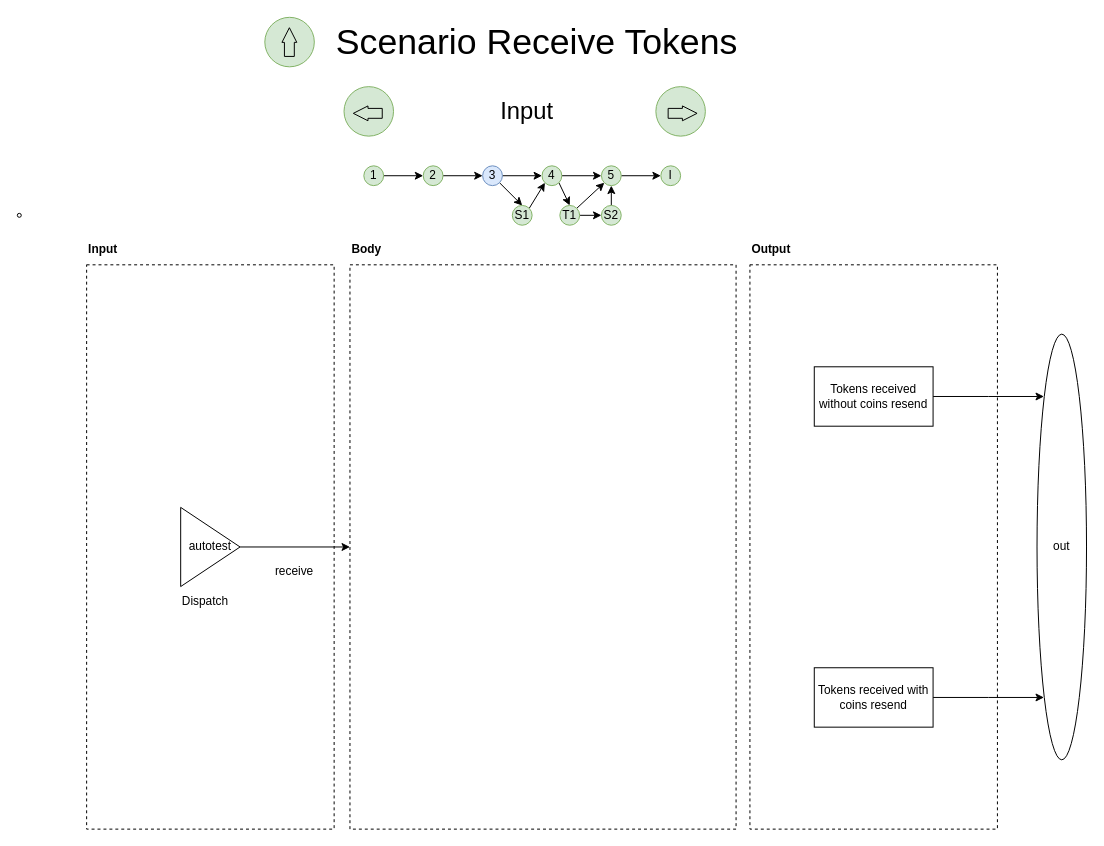
Pruvendo/hipo-wallet keeps this draw.io diagram as page "3" (3 of 9) of spec/ReceiveTokens.drawio. Above is the earlier version. Source tidied: cells renumbered, new cells numbered last; positions are measured from the earlier drawing's top-left corner, leaving out a move shared by most shapes. Both pictures are drawn from the tidied source at 99%, with x=0, y=0 at pixel (17, 17).
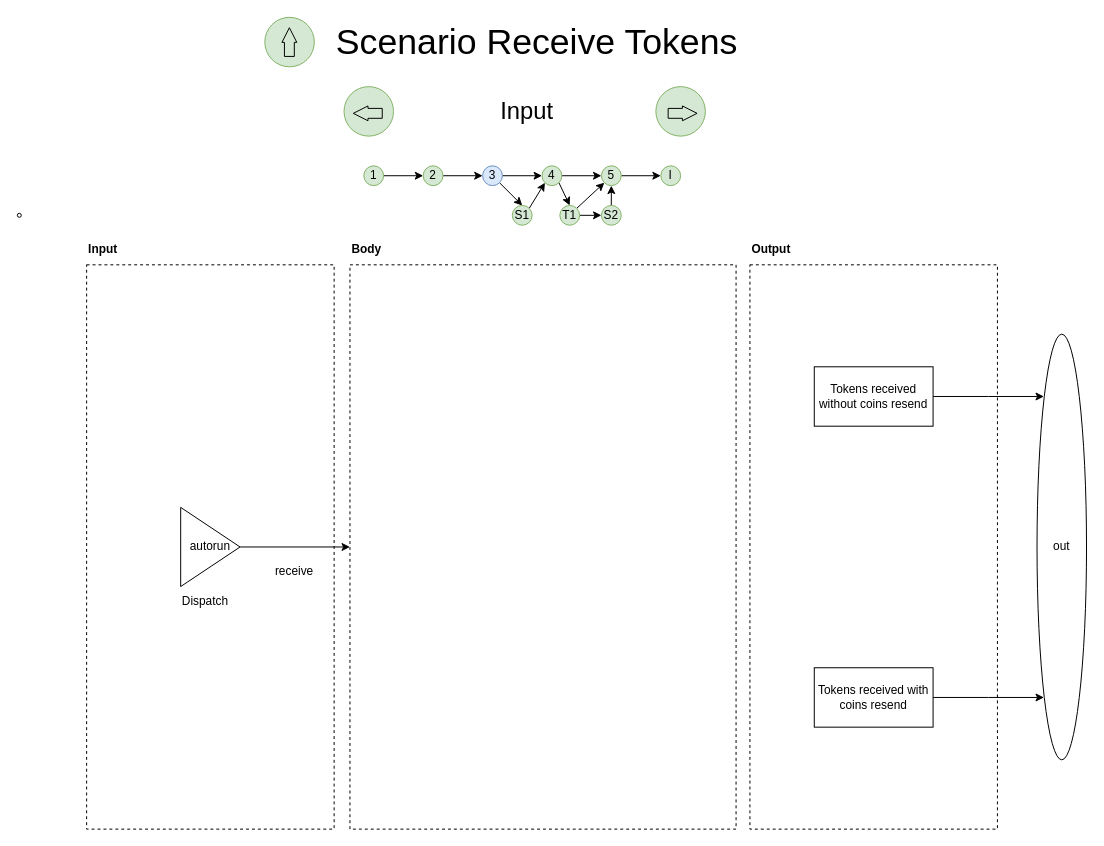
After the change.

Unchanged cells that the change refers to:
```xml
<mxCell id="31" style="group;" parent="1" vertex="1">
  <mxGeometry x="70" y="220" width="250" height="600" as="geometry" />
</mxCell>
```

The edit, as a diff of the source:
```diff
@@
-    <mxCell id="34" value="autotest" style="triangle;whiteSpace=wrap;html=1;" parent="31" vertex="1">
+    <mxCell id="34" value="autorun" style="triangle;whiteSpace=wrap;html=1;" parent="31" vertex="1">
       <mxGeometry x="95" y="275" width="60" height="80" as="geometry" />
     </mxCell>
```
